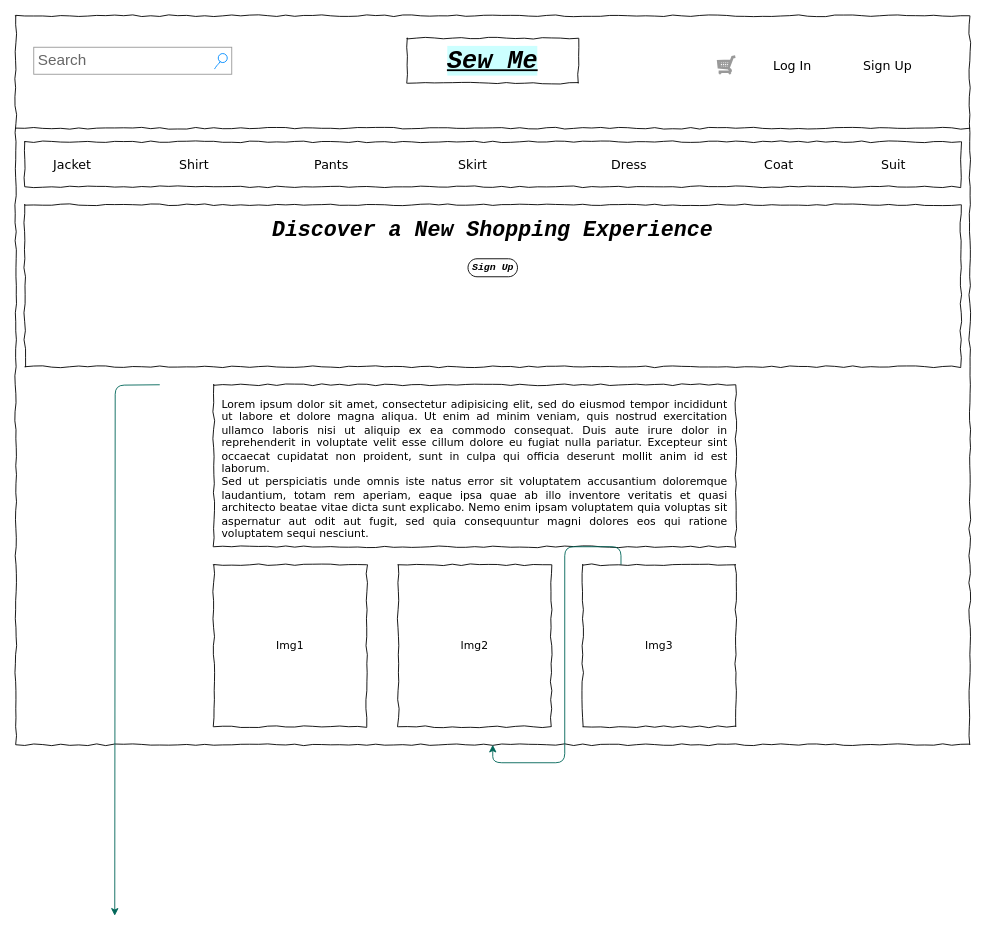
Earlier version of the draw.io diagram page "Home-Page" (1 of 3) of Untitled Diagram.drawio (Scain3/sew_me_capstone). Source tidied: cells renumbered, new cells numbered last; positions are measured from the earlier drawing's top-left corner, leaving out a move shared by most shapes. Both pictures are drawn from the tidied source at 90%, with x=0, y=0 at pixel (15, 15).
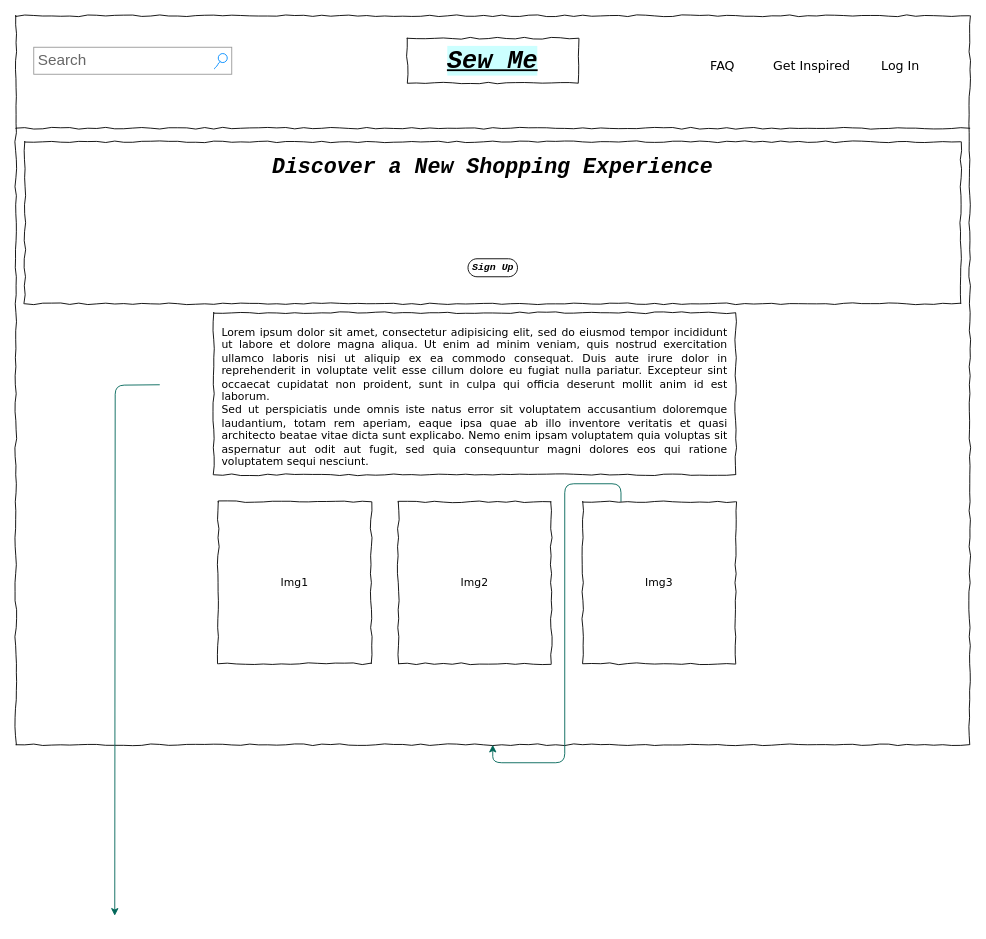
The same diagram, later.

Commit message:
Update Add To Cart Page

The edit, as a diff of the source:
```diff
@@
     <mxCell id="5" value="Log In" style="text;html=1;align=left;verticalAlign=top;spacingTop=-4;fontSize=14;fontFamily=Verdana;" parent="1" vertex="1">
-      <mxGeometry x="840" y="45" width="60" height="20" as="geometry" />
+      <mxGeometry x="960" y="45" width="60" height="20" as="geometry" />
     </mxCell>
-    <mxCell id="6" value="Sign Up" style="text;html=1;align=left;verticalAlign=top;spacingTop=-4;fontSize=14;fontFamily=Verdana;" parent="1" vertex="1">
-      <mxGeometry x="940" y="45" width="60" height="20" as="geometry" />
+    <mxCell id="6" value="Get Inspired" style="text;html=1;align=left;verticalAlign=top;spacingTop=-4;fontSize=14;fontFamily=Verdana;" parent="1" vertex="1">
+      <mxGeometry x="840" y="45" width="60" height="20" as="geometry" />
     </mxCell>
@@
-    <mxCell id="8" style="whiteSpace=wrap;html=1;rounded=0;shadow=0;labelBackgroundColor=none;strokeWidth=1;fillColor=none;fontFamily=Verdana;fontSize=12;align=center;comic=1;" parent="1" vertex="1">
-      <mxGeometry x="10" y="140" width="1040" height="50" as="geometry" />
-    </mxCell>
-    <mxCell id="9" value="Jacket" style="text;html=1;align=left;verticalAlign=top;spacingTop=-4;fontSize=14;fontFamily=Verdana;" parent="1" vertex="1">
-      <mxGeometry x="40" y="155" width="60" height="20" as="geometry" />
-    </mxCell>
-    <mxCell id="10" value="Shirt" style="text;html=1;align=left;verticalAlign=top;spacingTop=-4;fontSize=14;fontFamily=Verdana;" parent="1" vertex="1">
-      <mxGeometry x="180" y="155" width="60" height="20" as="geometry" />
-    </mxCell>
-    <mxCell id="11" value="Pants" style="text;html=1;align=left;verticalAlign=top;spacingTop=-4;fontSize=14;fontFamily=Verdana;" parent="1" vertex="1">
-      <mxGeometry x="330" y="155" width="60" height="20" as="geometry" />
-    </mxCell>
-    <mxCell id="12" value="Skirt" style="text;html=1;align=left;verticalAlign=top;spacingTop=-4;fontSize=14;fontFamily=Verdana;" parent="1" vertex="1">
-      <mxGeometry x="490" y="155" width="60" height="20" as="geometry" />
-    </mxCell>
     <mxCell id="13" value="&lt;div style=&quot;text-align: justify&quot;&gt;&lt;span&gt;Lorem ipsum dolor sit amet, consectetur adipisicing elit, sed do eiusmod tempor incididunt ut labore et dolore magna aliqua. Ut enim ad minim veniam, quis nostrud exercitation ullamco laboris nisi ut aliquip ex ea commodo consequat. Duis aute irure dolor in reprehenderit in voluptate velit esse cillum dolore eu fugiat nulla pariatur. Excepteur sint occaecat cupidatat non proident, sunt in culpa qui officia deserunt mollit anim id est laborum.&lt;/span&gt;&lt;/div&gt;&lt;div style=&quot;text-align: justify&quot;&gt;&lt;span&gt;Sed ut perspiciatis unde omnis iste natus error sit voluptatem accusantium doloremque laudantium, totam rem aperiam, eaque ipsa quae ab illo inventore veritatis et quasi architecto beatae vitae dicta sunt explicabo. Nemo enim ipsam voluptatem quia voluptas sit aspernatur aut odit aut fugit, sed quia consequuntur magni dolores eos qui ratione voluptatem sequi nesciunt.&amp;nbsp;&lt;/span&gt;&lt;/div&gt;" style="whiteSpace=wrap;html=1;rounded=0;shadow=0;labelBackgroundColor=none;strokeWidth=1;fillColor=none;fontFamily=Verdana;fontSize=12;align=center;verticalAlign=top;spacing=10;comic=1;" parent="1" vertex="1">
-      <mxGeometry x="220" y="410" width="580" height="180" as="geometry" />
+      <mxGeometry x="220" y="330" width="580" height="180" as="geometry" />
     </mxCell>
     <mxCell id="14" value="Img1" style="whiteSpace=wrap;html=1;rounded=0;shadow=0;labelBackgroundColor=none;strokeWidth=1;fillColor=none;fontFamily=Verdana;fontSize=12;align=center;comic=1;" parent="1" vertex="1">
-      <mxGeometry x="220" y="610" width="170" height="180" as="geometry" />
+      <mxGeometry x="225" y="540" width="170" height="180" as="geometry" />
     </mxCell>
-    <mxCell id="15" value="Dress" style="text;html=1;align=left;verticalAlign=top;spacingTop=-4;fontSize=14;fontFamily=Verdana;" parent="1" vertex="1">
-      <mxGeometry x="660" y="155" width="60" height="20" as="geometry" />
-    </mxCell>
-    <mxCell id="16" value="Coat" style="text;html=1;align=left;verticalAlign=top;spacingTop=-4;fontSize=14;fontFamily=Verdana;" parent="1" vertex="1">
-      <mxGeometry x="830" y="155" width="60" height="20" as="geometry" />
-    </mxCell>
-    <mxCell id="17" value="Suit" style="text;html=1;align=left;verticalAlign=top;spacingTop=-4;fontSize=14;fontFamily=Verdana;" parent="1" vertex="1">
-      <mxGeometry x="960" y="155" width="60" height="20" as="geometry" />
-    </mxCell>
-    <mxCell id="18" style="verticalLabelPosition=bottom;shadow=0;dashed=0;align=center;html=1;verticalAlign=top;strokeWidth=1;shape=mxgraph.mockup.misc.shoppingCart;strokeColor=#999999;rounded=0;sketch=0;fillColor=#21C0A5;fontColor=#5C5C5C;" parent="1" vertex="1">
-      <mxGeometry x="780" y="45" width="20" height="20" as="geometry" />
-    </mxCell>
     <mxCell id="19" value="&lt;div style=&quot;text-align: justify; font-size: 24px;&quot;&gt;Discover a New Shopping Experience&lt;/div&gt;" style="whiteSpace=wrap;html=1;rounded=0;shadow=0;labelBackgroundColor=none;strokeWidth=1;fillColor=none;fontFamily=Courier New;fontSize=24;align=center;verticalAlign=top;spacing=10;comic=1;fontStyle=3;" parent="1" vertex="1">
-      <mxGeometry x="10" y="210" width="1040" height="180" as="geometry" />
+      <mxGeometry x="10" y="140" width="1040" height="180" as="geometry" />
     </mxCell>
@@
     <mxCell id="22" value="Img2" style="whiteSpace=wrap;html=1;rounded=0;shadow=0;labelBackgroundColor=none;strokeWidth=1;fillColor=none;fontFamily=Verdana;fontSize=12;align=center;comic=1;" parent="1" vertex="1">
-      <mxGeometry x="425" y="610" width="170" height="180" as="geometry" />
+      <mxGeometry x="425" y="540" width="170" height="180" as="geometry" />
     </mxCell>
@@
     <mxCell id="24" value="Img3" style="whiteSpace=wrap;html=1;rounded=0;shadow=0;labelBackgroundColor=none;strokeWidth=1;fillColor=none;fontFamily=Verdana;fontSize=12;align=center;comic=1;" parent="1" vertex="1">
-      <mxGeometry x="630" y="610" width="170" height="180" as="geometry" />
+      <mxGeometry x="630" y="540" width="170" height="180" as="geometry" />
     </mxCell>
+    <mxCell id="25" value="FAQ" style="text;html=1;align=left;verticalAlign=top;spacingTop=-4;fontSize=14;fontFamily=Verdana;" parent="1" vertex="1">
+      <mxGeometry x="770" y="45" width="60" height="20" as="geometry" />
+    </mxCell>
```
